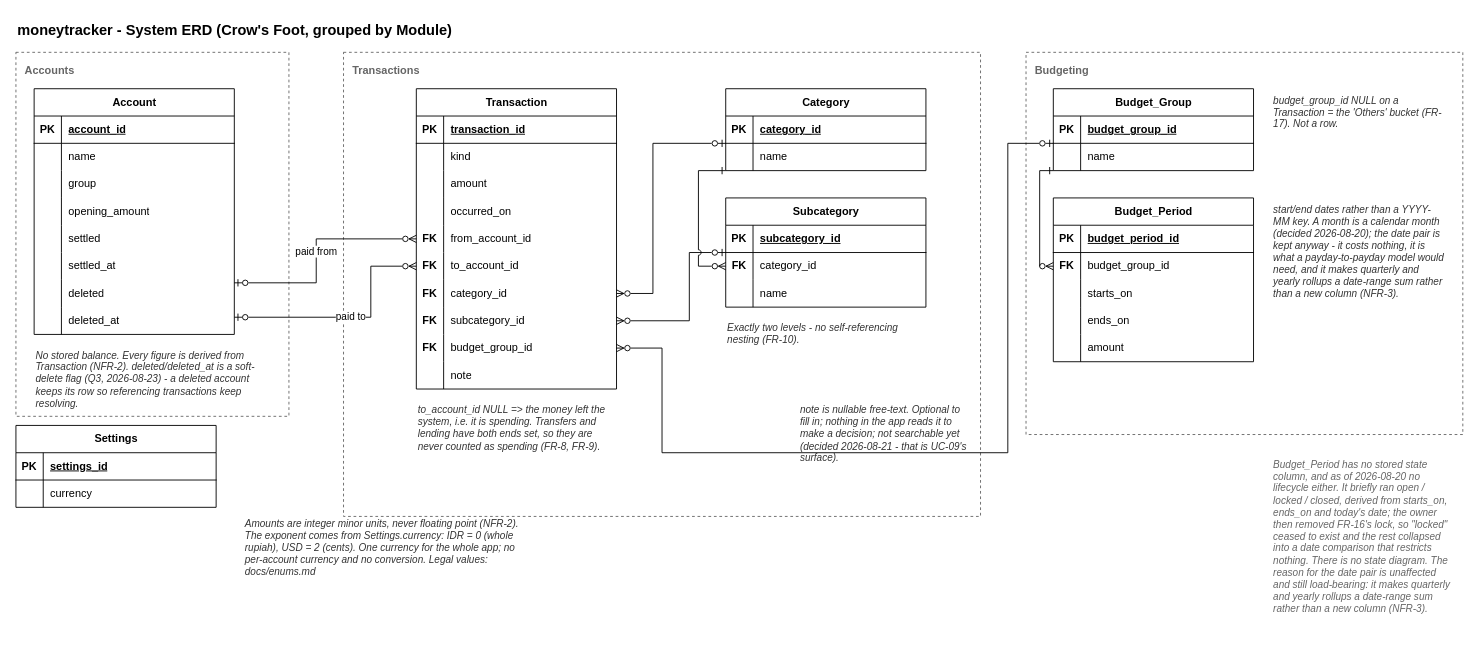
Earlier version of the draw.io diagram docs/diagrams/erd.drawio (EldwinPr/uangsaku). Source tidied: cells renumbered, new cells numbered last; positions are measured from the earlier drawing's top-left corner, leaving out a move shared by most shapes. Both pictures are drawn from the tidied source at 91%, with x=0, y=0 at pixel (15, 15).
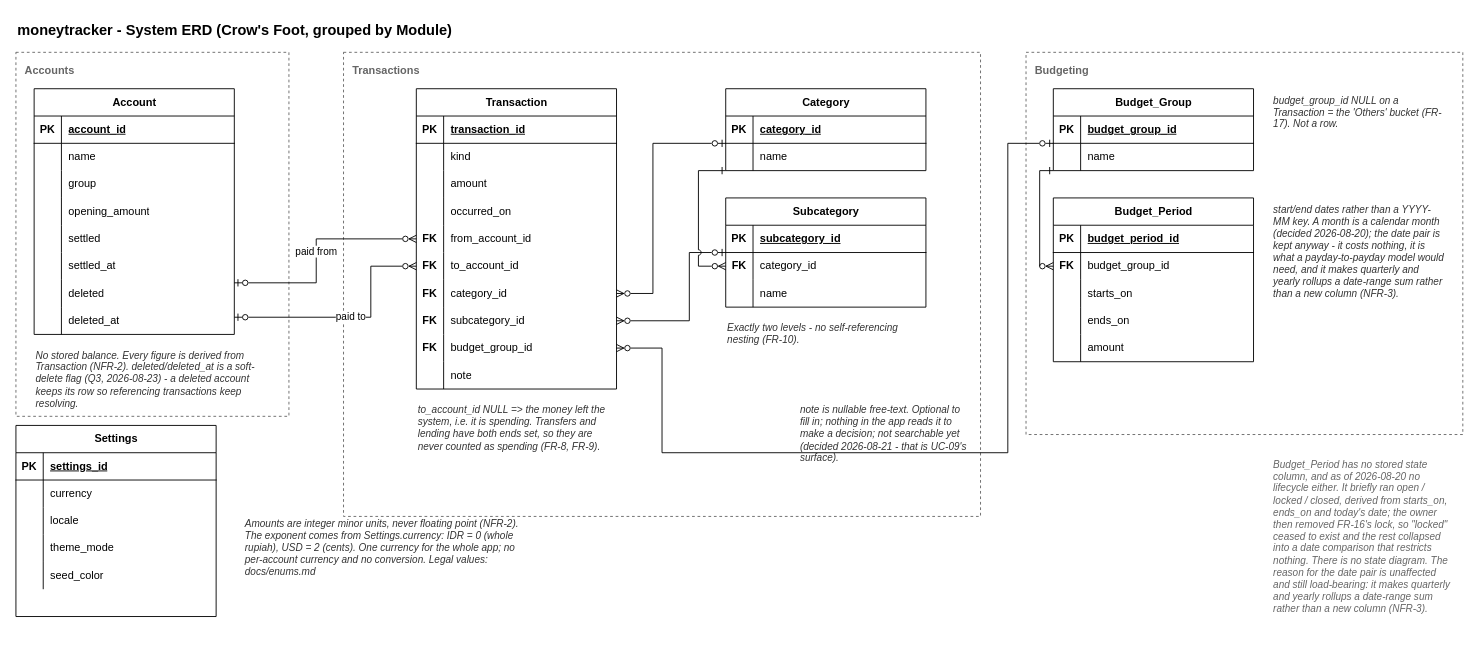
The same diagram, later.

Diff of the diagram source:
```diff
@@
     <mxCell id="116" value="Settings" style="shape=table;startSize=30;childLayout=tableLayout;rowLines=0;fontStyle=1;align=center;html=1;" parent="1" vertex="1">
-      <mxGeometry y="450" width="220" height="90" as="geometry" />
+      <mxGeometry y="450" width="220" height="210" as="geometry" />
     </mxCell>
@@
+    <mxCell id="124" style="shape=tableRow;horizontal=0;startSize=0;swimlaneHead=0;swimlaneBody=0;fillColor=none;top=0;left=0;right=0;bottom=0;" parent="116" vertex="1">
+      <mxGeometry y="90" width="220" height="30" as="geometry" />
+    </mxCell>
+    <mxCell id="125" style="shape=partialRectangle;fillColor=none;top=0;left=0;bottom=0;right=0;fontStyle=1;overflow=hidden;whiteSpace=wrap;html=1;" parent="124" vertex="1">
+      <mxGeometry width="30" height="30" as="geometry" />
+    </mxCell>
+    <mxCell id="126" value="locale" style="shape=partialRectangle;fillColor=none;top=0;left=0;bottom=0;right=0;align=left;spacingLeft=6;overflow=hidden;whiteSpace=wrap;html=1;" parent="124" vertex="1">
+      <mxGeometry x="30" width="190" height="30" as="geometry" />
+    </mxCell>
+    <mxCell id="127" style="shape=tableRow;horizontal=0;startSize=0;swimlaneHead=0;swimlaneBody=0;fillColor=none;top=0;left=0;right=0;bottom=0;" parent="116" vertex="1">
+      <mxGeometry y="120" width="220" height="30" as="geometry" />
+    </mxCell>
+    <mxCell id="128" style="shape=partialRectangle;fillColor=none;top=0;left=0;bottom=0;right=0;fontStyle=1;overflow=hidden;whiteSpace=wrap;html=1;" parent="127" vertex="1">
+      <mxGeometry width="30" height="30" as="geometry" />
+    </mxCell>
+    <mxCell id="129" value="theme_mode" style="shape=partialRectangle;fillColor=none;top=0;left=0;bottom=0;right=0;align=left;spacingLeft=6;overflow=hidden;whiteSpace=wrap;html=1;" parent="127" vertex="1">
+      <mxGeometry x="30" width="190" height="30" as="geometry" />
+    </mxCell>
+    <mxCell id="130" style="shape=tableRow;horizontal=0;startSize=0;swimlaneHead=0;swimlaneBody=0;fillColor=none;top=0;left=0;right=0;bottom=0;" parent="116" vertex="1">
+      <mxGeometry y="150" width="220" height="30" as="geometry" />
+    </mxCell>
+    <mxCell id="131" style="shape=partialRectangle;fillColor=none;top=0;left=0;bottom=0;right=0;fontStyle=1;overflow=hidden;whiteSpace=wrap;html=1;" parent="130" vertex="1">
+      <mxGeometry width="30" height="30" as="geometry" />
+    </mxCell>
+    <mxCell id="132" value="seed_color" style="shape=partialRectangle;fillColor=none;top=0;left=0;bottom=0;right=0;align=left;spacingLeft=6;overflow=hidden;whiteSpace=wrap;html=1;" parent="130" vertex="1">
+      <mxGeometry x="30" width="190" height="30" as="geometry" />
+    </mxCell>
```
